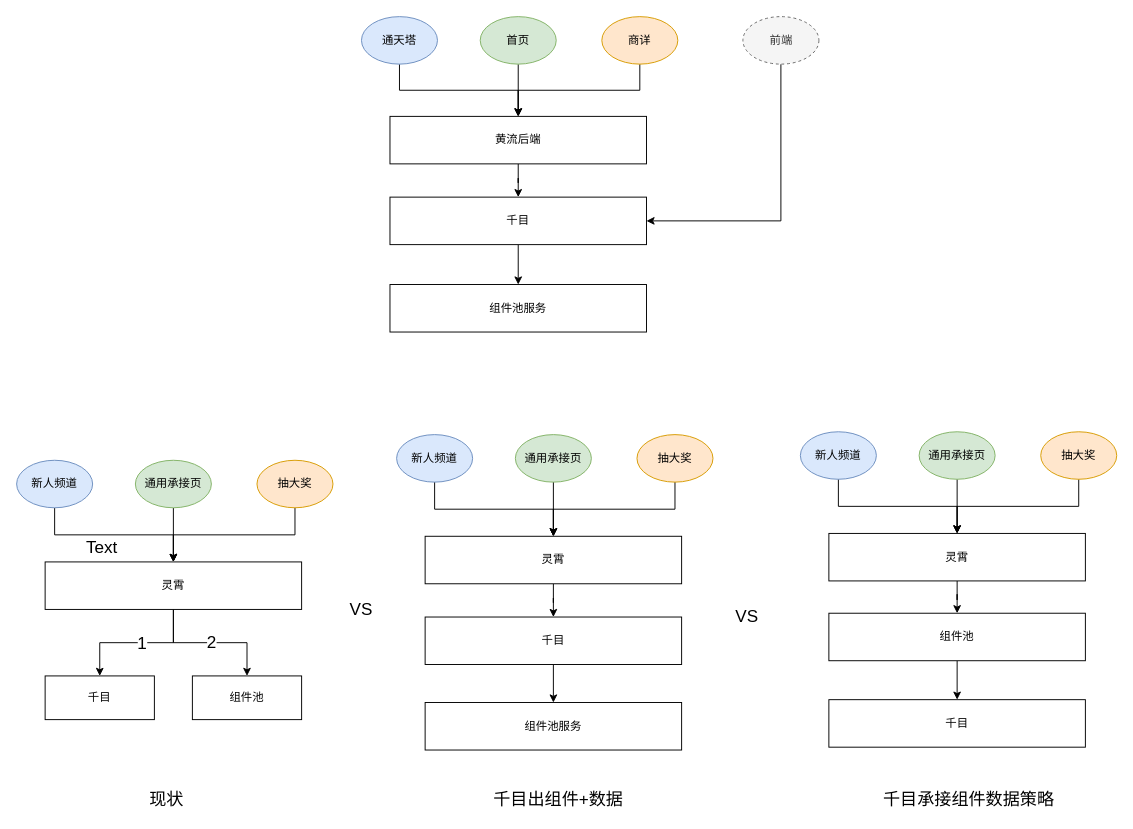
The draw.io diagram 千目策略方案.drawio in BlankKelly/diagrams, before the edit. Source tidied: cells renumbered, new cells numbered last; positions are measured from the earlier drawing's top-left corner, leaving out a move shared by most shapes. Both pictures are drawn from the tidied source at 95%, with x=0, y=0 at pixel (16, 16).
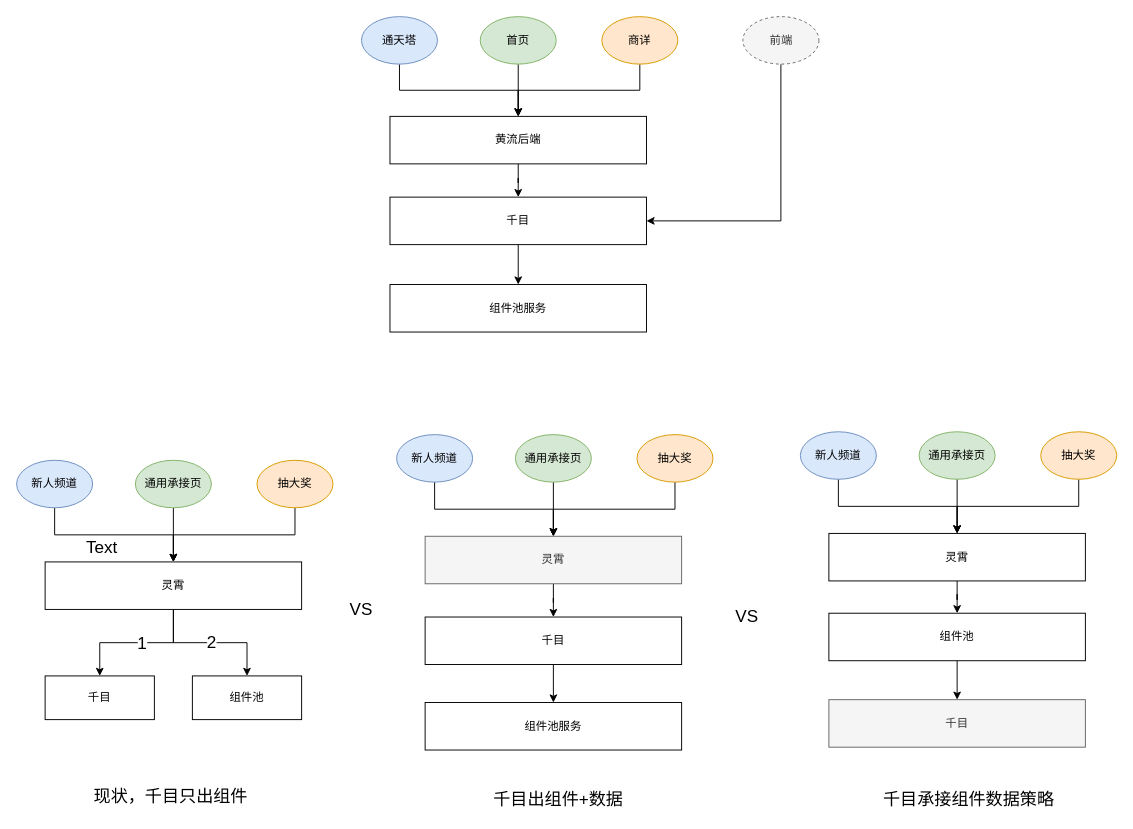
Above is the later version.

Commit message (it also covers changes not shown here):
更新千目策略方案.drawio

The edit, as a diff of the source:
```diff
@@
-    <mxCell id="22" value="灵霄" style="rounded=0;whiteSpace=wrap;html=1;" parent="1" vertex="1">
+    <mxCell id="22" value="灵霄" style="rounded=0;whiteSpace=wrap;html=1;fillColor=#f5f5f5;fontColor=#333333;strokeColor=#666666;" parent="1" vertex="1">
       <mxGeometry x="430" y="547" width="270" height="50" as="geometry" />
     </mxCell>
@@
-    <mxCell id="36" value="千目" style="rounded=0;whiteSpace=wrap;html=1;" parent="1" vertex="1">
+    <mxCell id="36" value="千目" style="rounded=0;whiteSpace=wrap;html=1;fillColor=#f5f5f5;fontColor=#333333;strokeColor=#666666;" parent="1" vertex="1">
       <mxGeometry x="855" y="719" width="270" height="50" as="geometry" />
     </mxCell>
@@
-    <mxCell id="53" value="现状" style="text;html=1;strokeColor=none;fillColor=none;align=center;verticalAlign=middle;whiteSpace=wrap;rounded=0;dashed=1;fontSize=18;" parent="1" vertex="1">
-      <mxGeometry x="128" y="808.5" width="60" height="30" as="geometry" />
+    <mxCell id="53" value="现状，千目只出组件" style="text;html=1;strokeColor=none;fillColor=none;align=center;verticalAlign=middle;whiteSpace=wrap;rounded=0;dashed=1;fontSize=18;" parent="1" vertex="1">
+      <mxGeometry x="74" y="810" width="177" height="22.5" as="geometry" />
     </mxCell>
```
